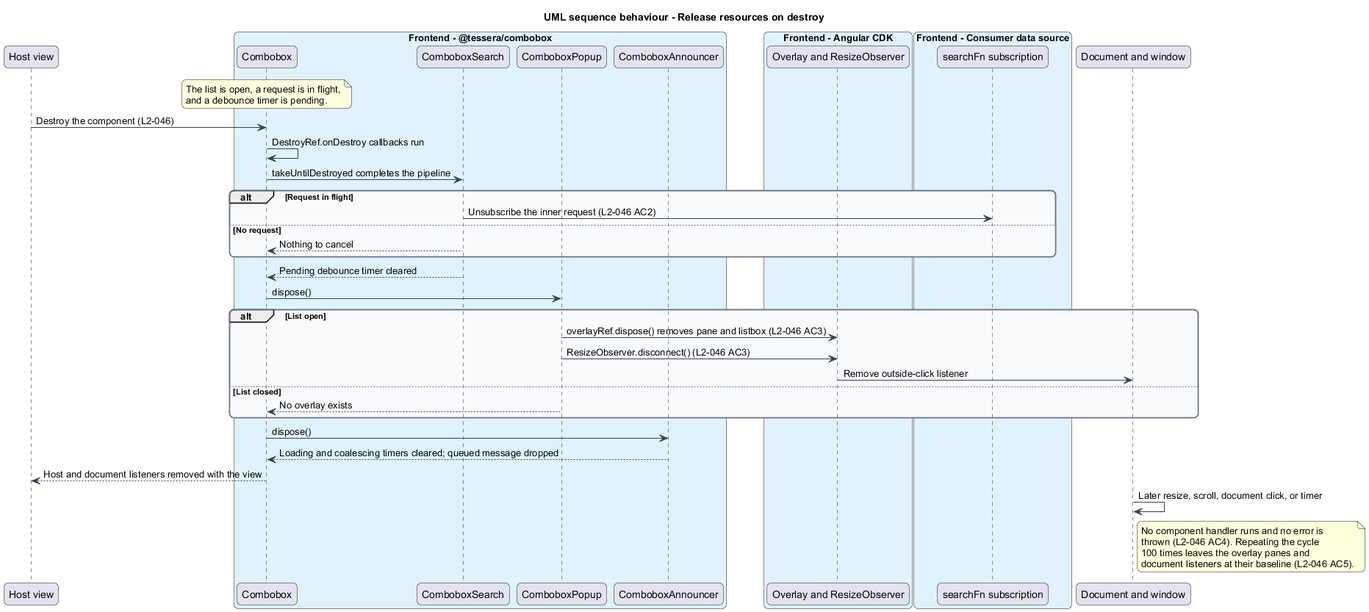
Above: docs/detailed-designs/combobox/secure-and-perform/diagrams/sequence-destroy.png in QuinntyneBrown/Tessera (PlantUML), before the change. The source it was exported from:
```plantuml
@startuml
title UML sequence behaviour - Release resources on destroy
skinparam backgroundColor #FFFFFF
skinparam shadowing false
skinparam roundcorner 12
skinparam defaultFontName Arial
skinparam ArrowColor #344054
skinparam rectangle {
  BorderColor #344054
  FontColor #101828
}
skinparam package {
  BorderColor #667085
  FontColor #101828
  BackgroundColor #F9FAFB
}
participant "Host view" as host
box "Frontend - @tessera/combobox" #E0F2FE
  participant "Combobox" as cb
  participant "ComboboxSearch" as search
  participant "ComboboxPopup" as popup
  participant "ComboboxAnnouncer" as ann
end box
box "Frontend - Angular CDK" #E0F2FE
  participant "Overlay and ResizeObserver" as cdk
end box
box "Frontend - Consumer data source" #E0F2FE
  participant "searchFn subscription" as src
end box
participant "Document and window" as doc

note over cb
  The list is open, a request is in flight,
  and a debounce timer is pending.
end note
host -> cb : Destroy the component (L2-046)
cb -> cb : DestroyRef.onDestroy callbacks run
cb -> search : takeUntilDestroyed completes the pipeline
alt Request in flight
  search -> src : Unsubscribe the inner request (L2-046 AC2)
else No request
  search --> cb : Nothing to cancel
end
search --> cb : Pending debounce timer cleared
cb -> popup : dispose()
alt List open
  popup -> cdk : overlayRef.dispose() removes pane and listbox (L2-046 AC3)
  popup -> cdk : ResizeObserver.disconnect() (L2-046 AC3)
  cdk -> doc : Remove outside-click listener
else List closed
  popup --> cb : No overlay exists
end
cb -> ann : dispose()
ann --> cb : Loading and coalescing timers cleared; queued message dropped
cb --> host : Host and document listeners removed with the view
doc -> doc : Later resize, scroll, document click, or timer
note right of doc
  No component handler runs and no error is
  thrown (L2-046 AC4). Repeating the cycle
  100 times leaves the overlay panes and
  document listeners at their baseline (L2-046 AC5).
end note
@enduml
```
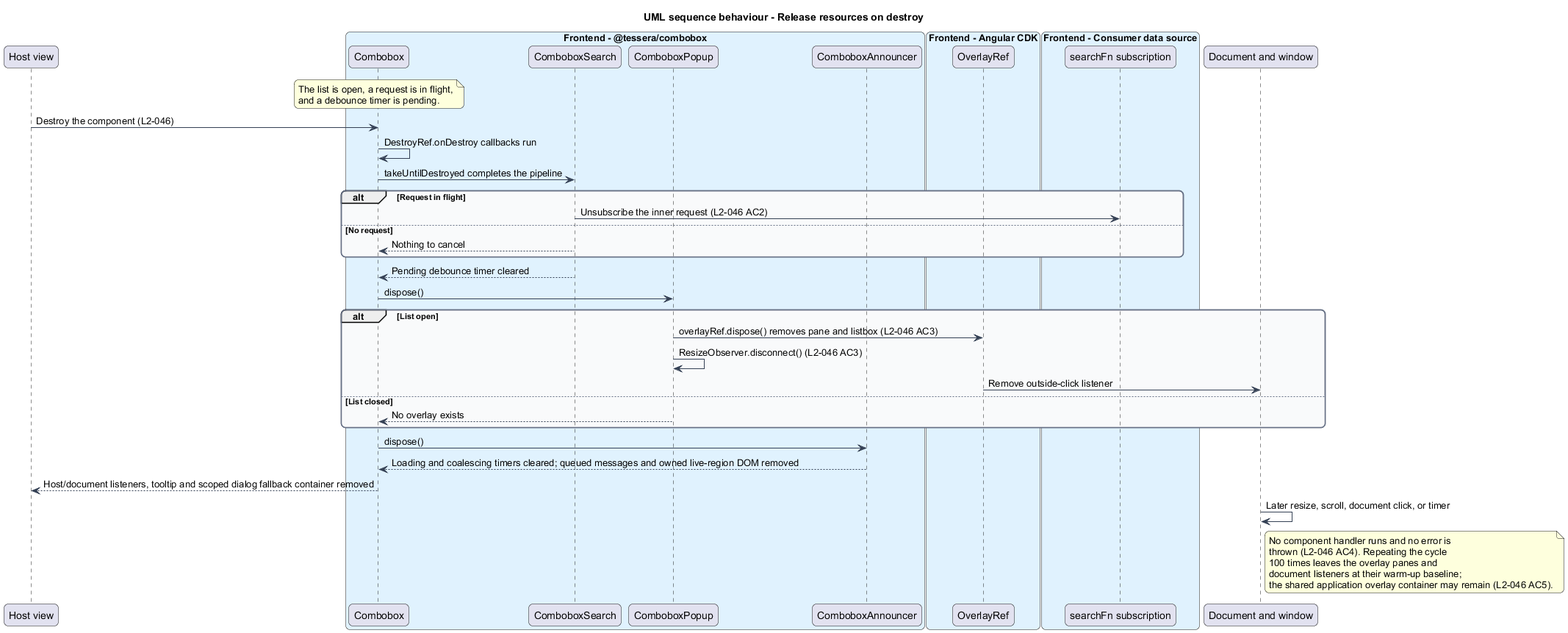
After the commit.

Diff of the diagram source:
```diff
@@ -22,7 +22,7 @@
   participant "ComboboxAnnouncer" as ann
 end box
 box "Frontend - Angular CDK" #E0F2FE
-  participant "Overlay and ResizeObserver" as cdk
+  participant "OverlayRef" as cdk
 end box
 box "Frontend - Consumer data source" #E0F2FE
   participant "searchFn subscription" as src
@@ -45,19 +45,20 @@
 cb -> popup : dispose()
 alt List open
   popup -> cdk : overlayRef.dispose() removes pane and listbox (L2-046 AC3)
-  popup -> cdk : ResizeObserver.disconnect() (L2-046 AC3)
+  popup -> popup : ResizeObserver.disconnect() (L2-046 AC3)
   cdk -> doc : Remove outside-click listener
 else List closed
   popup --> cb : No overlay exists
 end
 cb -> ann : dispose()
-ann --> cb : Loading and coalescing timers cleared; queued message dropped
-cb --> host : Host and document listeners removed with the view
+ann --> cb : Loading and coalescing timers cleared; queued messages and owned live-region DOM removed
+cb --> host : Host/document listeners, tooltip and scoped dialog fallback container removed
 doc -> doc : Later resize, scroll, document click, or timer
 note right of doc
   No component handler runs and no error is
   thrown (L2-046 AC4). Repeating the cycle
   100 times leaves the overlay panes and
-  document listeners at their baseline (L2-046 AC5).
+  document listeners at their warm-up baseline;
+  the shared application overlay container may remain (L2-046 AC5).
 end note
 @enduml
```
